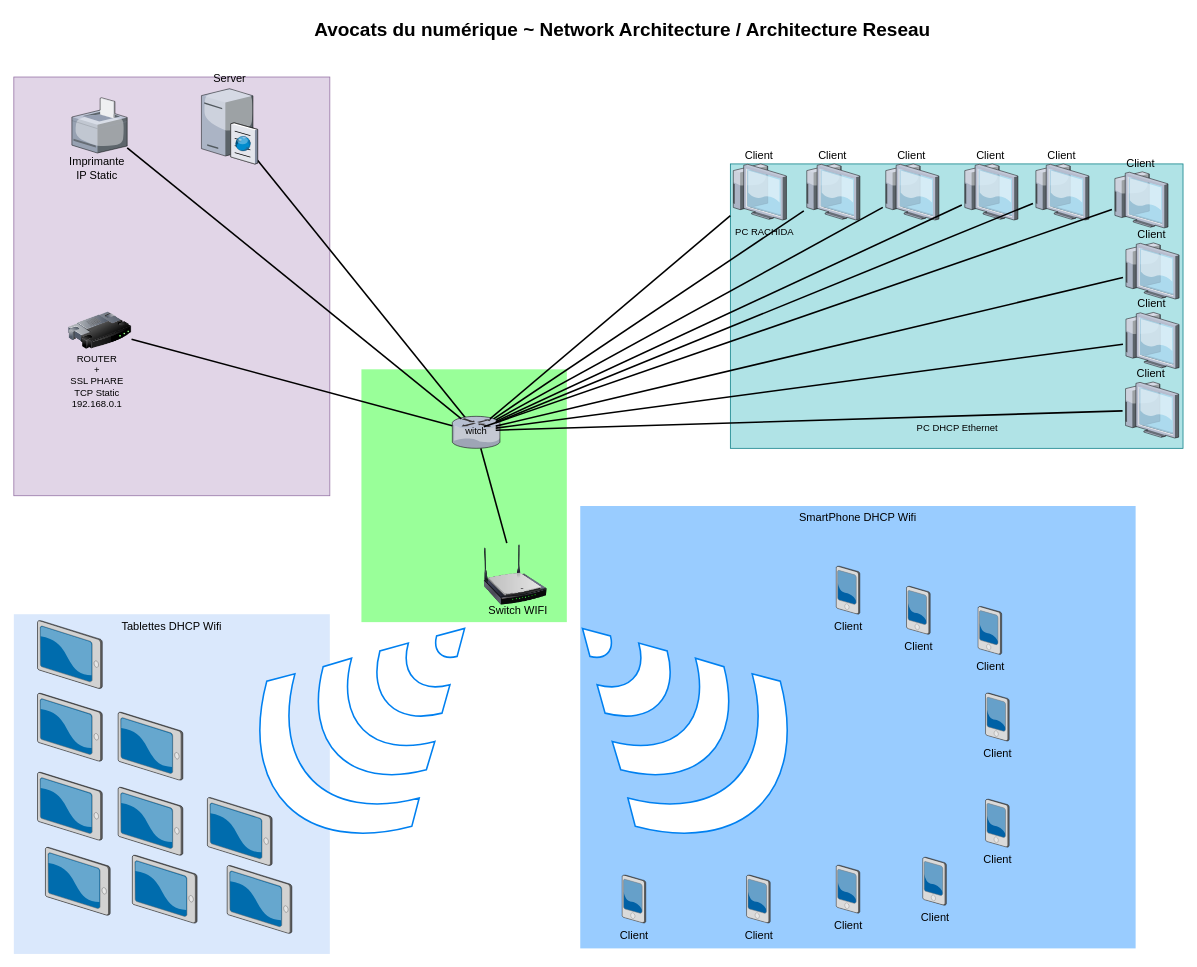
Before: Diagramme sans nom.drawio in OCR-GRLD/OCR-GRLD, a draw.io diagram. Source tidied: cells renumbered, new cells numbered last; positions are measured from the earlier drawing's top-left corner, leaving out a move shared by most shapes. Both pictures are drawn from the tidied source at 79%, with x=0, y=0 at pixel (13, 13).
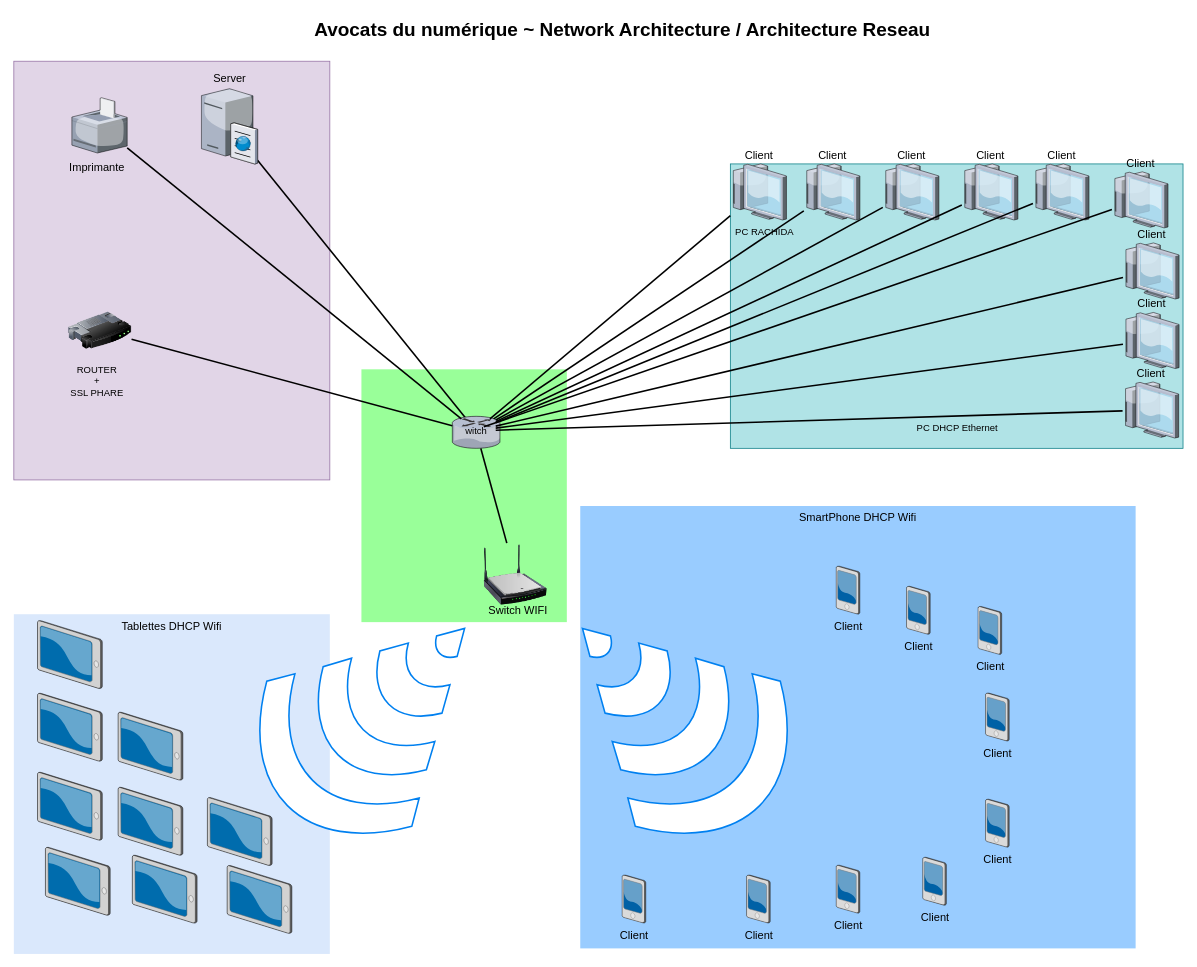
The same diagram, later.

Commit message (it also covers changes not shown here):
Mettre à jour Diagramme sans nom.drawio

Change to the diagram source:
```diff
@@
     <mxCell id="6" style="whiteSpace=wrap;html=1;fillColor=#e1d5e7;fontSize=14;strokeColor=#9673a6;verticalAlign=top;" parent="1" vertex="1">
-      <mxGeometry y="80" width="400" height="530" as="geometry" />
+      <mxGeometry y="60" width="400" height="530" as="geometry" />
     </mxCell>
@@
-    <mxCell id="23" value="&lt;font style=&quot;font-size: 14px;&quot;&gt;Imprimante&lt;br&gt;IP Static&lt;br&gt;&lt;/font&gt;" style="text;html=1;align=center;verticalAlign=middle;strokeColor=none;fillColor=none;" parent="1" vertex="1">
-      <mxGeometry x="60" y="170" width="90" height="50" as="geometry" />
+    <mxCell id="23" value="&lt;font style=&quot;font-size: 14px;&quot;&gt;Imprimante&lt;br&gt;&lt;/font&gt;" style="text;html=1;align=center;verticalAlign=middle;strokeColor=none;fillColor=none;" parent="1" vertex="1">
+      <mxGeometry x="60" y="180" width="90" height="30" as="geometry" />
     </mxCell>
@@
-    <mxCell id="25" value="ROUTER&lt;br&gt;+&lt;br&gt;SSL PHARE&lt;br&gt;TCP Static &lt;br&gt;192.168.0.1" style="text;html=1;align=center;verticalAlign=middle;strokeColor=none;fillColor=none;" parent="1" vertex="1">
-      <mxGeometry x="60" y="419.5" width="90" height="90" as="geometry" />
+    <mxCell id="25" value="ROUTER&lt;br&gt;+&lt;br&gt;SSL PHARE" style="text;html=1;align=center;verticalAlign=middle;strokeColor=none;fillColor=none;" parent="1" vertex="1">
+      <mxGeometry x="60" y="434.5" width="90" height="60" as="geometry" />
     </mxCell>
```
